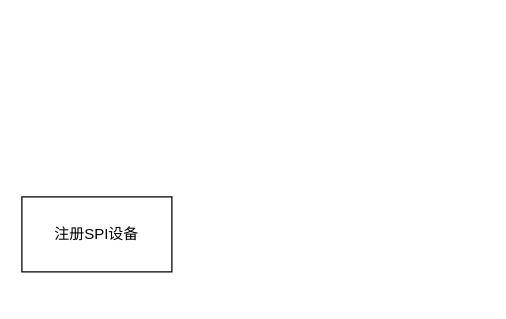
Earlier version of the draw.io diagram common/未命名绘图.drawio (huguanghui/umls). Source tidied: cells renumbered, new cells numbered last; positions are measured from the earlier drawing's top-left corner, leaving out a move shared by most shapes. Both pictures are drawn from the tidied source at 125%, with x=0, y=0 at pixel (21, 196).
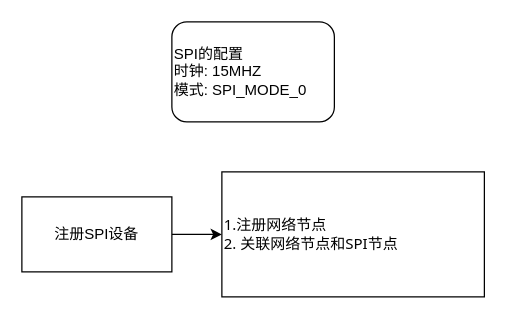
The same page after the edit.

The edit, as a diff of the source:
```diff
@@
 <mxGraphModel>
   <root>
     <mxCell id="0" />
     <mxCell id="1" parent="0" />
+    <mxCell id="3" style="edgeStyle=orthogonalEdgeStyle;rounded=0;jettySize=auto;html=1;exitX=1;exitY=0.5;exitDx=0;exitDy=0;entryX=0;entryY=0.5;entryDx=0;entryDy=0;" parent="1" edge="1" source="2" target="4">
+      <mxGeometry relative="1" as="geometry" />
+    </mxCell>
     <mxCell id="2" value="注册SPI设备" style="rounded=0;whiteSpace=wrap;html=1;" parent="1" vertex="1">
       <mxGeometry width="120" height="60" as="geometry" />
     </mxCell>
+    <mxCell id="4" value="1.注册网络节点&lt;br&gt;2. 关联网络节点和SPI节点&lt;br&gt;" style="rounded=0;whiteSpace=wrap;html=1;align=left;fontFamily=Tahoma;" parent="1" vertex="1">
+      <mxGeometry x="160" y="-20" width="210" height="100" as="geometry" />
+    </mxCell>
+    <mxCell id="5" value="SPI的配置&lt;br&gt;时钟: 15MHZ&lt;br&gt;模式: SPI_MODE_0" style="rounded=1;whiteSpace=wrap;html=1;align=left;" parent="1" vertex="1">
+      <mxGeometry x="120" y="-140" width="130" height="80" as="geometry" />
+    </mxCell>
   </root>
 </mxGraphModel>
```
